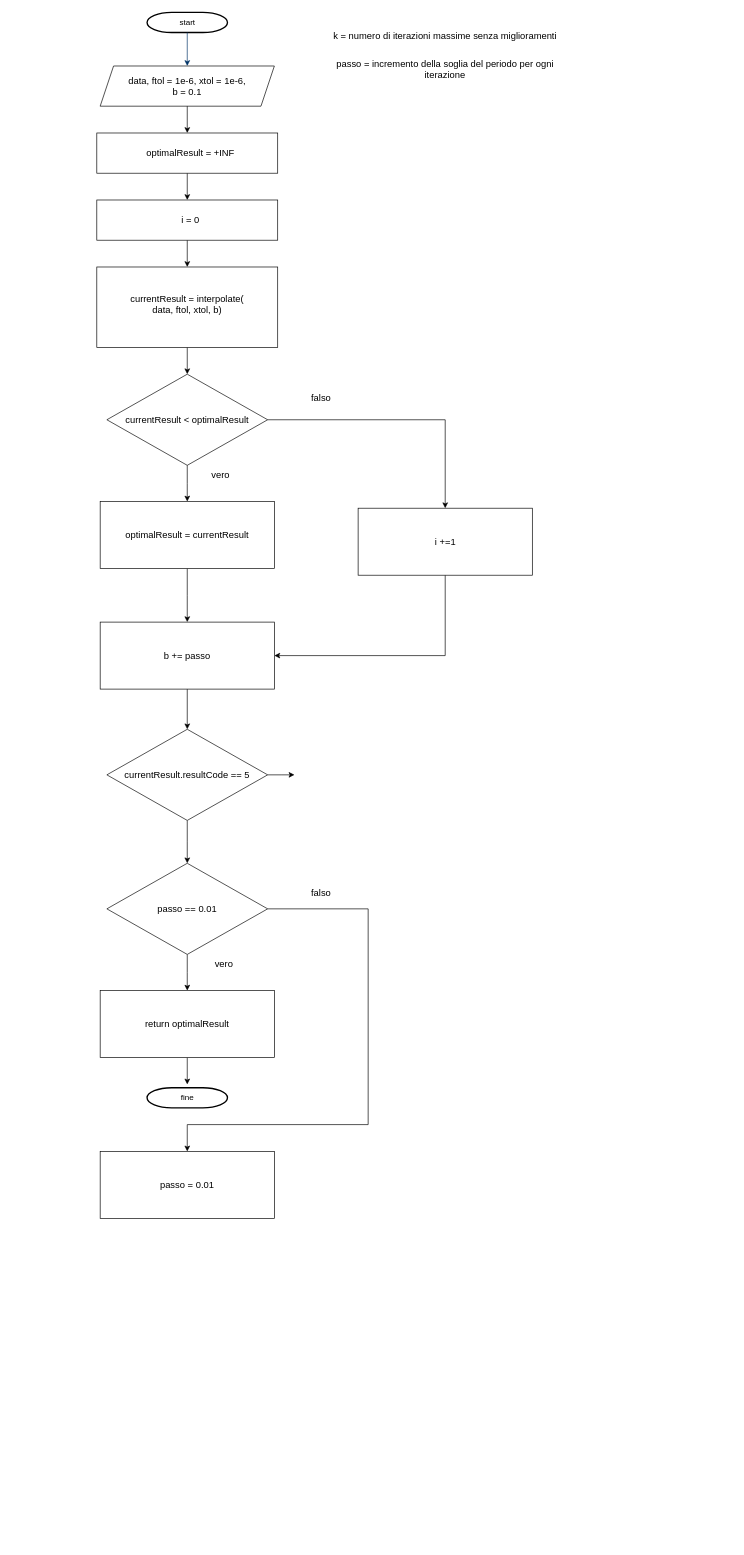
The draw.io diagram IdentificaSatelliti/InterpolateDiagram.drawio in UnJay-0/Tirocinio, before the edit. Source tidied: cells renumbered, new cells numbered last; positions are measured from the earlier drawing's top-left corner, leaving out a move shared by most shapes. Both pictures are drawn from the tidied source at 67%, with x=0, y=0 at pixel (96, 12).
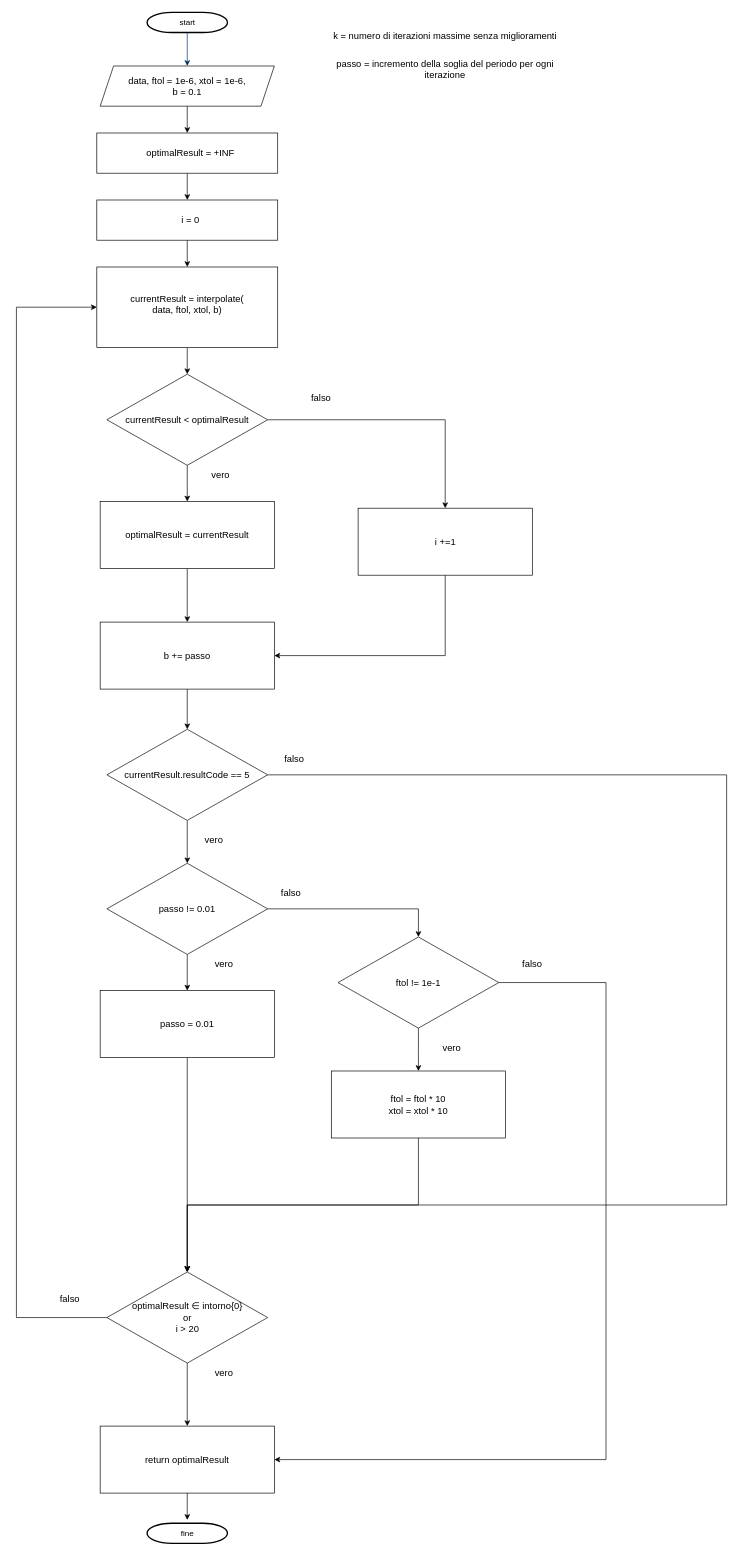
The same diagram, later.

The change refers to these unchanged cells:
```xml
<mxCell id="14" style="rounded=0;whiteSpace=wrap;html=1;fontSize=14;" parent="1" vertex="1">
  <mxGeometry y="380" width="270" height="120" as="geometry" />
</mxCell>
<mxCell id="34" style="rhombus;whiteSpace=wrap;html=1;fontSize=14;" parent="1" vertex="1">
  <mxGeometry x="15" y="1070" width="240" height="136" as="geometry" />
</mxCell>
<mxCell id="41" style="rhombus;whiteSpace=wrap;html=1;fontSize=14;" parent="1" vertex="1">
  <mxGeometry x="15" y="1270" width="240" height="136" as="geometry" />
</mxCell>
```

What changed in the source:
```diff
@@
-    <mxCell id="33" style="edgeStyle=orthogonalEdgeStyle;rounded=0;jettySize=auto;html=1;exitX=1;exitY=0.5;exitDx=0;exitDy=0;fontSize=14;" parent="1" edge="1" source="34">
+    <mxCell id="33" style="edgeStyle=orthogonalEdgeStyle;rounded=0;jettySize=auto;html=1;exitX=1;exitY=0.5;exitDx=0;exitDy=0;fontSize=14;entryX=0.5;entryY=0;entryDx=0;entryDy=0;" parent="1" edge="1" source="34" target="62">
       <mxGeometry relative="1" as="geometry">
-        <mxPoint x="295" y="1138" as="targetPoint" />
+        <Array as="points">
+          <mxPoint x="940" y="1138" />
+          <mxPoint x="940" y="1780" />
+          <mxPoint x="135" y="1780" />
+        </Array>
       </mxGeometry>
     </mxCell>
@@
+    <mxCell id="49" style="edgeStyle=orthogonalEdgeStyle;rounded=0;jettySize=auto;html=1;exitX=0.5;exitY=1;exitDx=0;exitDy=0;entryX=0.5;entryY=0;entryDx=0;entryDy=0;fontSize=14;" parent="1" edge="1" source="36" target="62">
+      <mxGeometry relative="1" as="geometry" />
+    </mxCell>
     <mxCell id="36" style="rounded=0;whiteSpace=wrap;html=1;fontSize=14;" parent="1" vertex="1">
-      <mxGeometry x="5" y="1700" width="260" height="100" as="geometry" />
+      <mxGeometry x="5" y="1460" width="260" height="100" as="geometry" />
     </mxCell>
     <mxCell id="37" value="passo = 0.01" style="text;html=1;strokeColor=none;fillColor=none;align=center;verticalAlign=middle;whiteSpace=wrap;rounded=0;fontSize=14;" parent="1" vertex="1">
-      <mxGeometry x="30" y="1725" width="210" height="50" as="geometry" />
+      <mxGeometry x="30" y="1485" width="210" height="50" as="geometry" />
     </mxCell>
@@
-    <mxCell id="39" style="edgeStyle=orthogonalEdgeStyle;rounded=0;jettySize=auto;html=1;exitX=0.5;exitY=1;exitDx=0;exitDy=0;fontSize=14;" parent="1" edge="1" source="41">
-      <mxGeometry relative="1" as="geometry">
-        <mxPoint x="135" y="1460" as="targetPoint" />
-      </mxGeometry>
+    <mxCell id="39" style="edgeStyle=orthogonalEdgeStyle;rounded=0;jettySize=auto;html=1;exitX=0.5;exitY=1;exitDx=0;exitDy=0;fontSize=14;entryX=0.5;entryY=0;entryDx=0;entryDy=0;" parent="1" edge="1" source="41" target="36">
+      <mxGeometry relative="1" as="geometry" />
     </mxCell>
-    <mxCell id="40" style="edgeStyle=orthogonalEdgeStyle;rounded=0;jettySize=auto;html=1;exitX=1;exitY=0.5;exitDx=0;exitDy=0;fontSize=14;entryX=0.5;entryY=0;entryDx=0;entryDy=0;" parent="1" edge="1" source="41" target="36">
-      <mxGeometry relative="1" as="geometry">
-        <Array as="points">
-          <mxPoint x="405" y="1338" />
-          <mxPoint x="405" y="1660" />
-          <mxPoint x="135" y="1660" />
-        </Array>
-      </mxGeometry>
-    </mxCell>
+    <mxCell id="50" style="edgeStyle=orthogonalEdgeStyle;rounded=0;jettySize=auto;html=1;exitX=1;exitY=0.5;exitDx=0;exitDy=0;entryX=0.5;entryY=0;entryDx=0;entryDy=0;fontSize=14;" parent="1" edge="1" source="41" target="55">
+      <mxGeometry relative="1" as="geometry" />
+    </mxCell>
@@
-    <mxCell id="42" value="passo == 0.01" style="text;html=1;strokeColor=none;fillColor=none;align=center;verticalAlign=middle;whiteSpace=wrap;rounded=0;fontSize=14;" parent="1" vertex="1">
+    <mxCell id="42" value="passo != 0.01" style="text;html=1;strokeColor=none;fillColor=none;align=center;verticalAlign=middle;whiteSpace=wrap;rounded=0;fontSize=14;" parent="1" vertex="1">
       <mxGeometry x="65" y="1310" width="140" height="56" as="geometry" />
     </mxCell>
-    <mxCell id="43" style="edgeStyle=orthogonalEdgeStyle;rounded=0;jettySize=auto;html=1;exitX=0.5;exitY=1;exitDx=0;exitDy=0;fontSize=14;" parent="1" edge="1" source="44">
-      <mxGeometry relative="1" as="geometry">
-        <mxPoint x="135" y="1600" as="targetPoint" />
-      </mxGeometry>
-    </mxCell>
-    <mxCell id="44" style="rounded=0;whiteSpace=wrap;html=1;fontSize=14;" parent="1" vertex="1">
-      <mxGeometry x="5" y="1460" width="260" height="100" as="geometry" />
-    </mxCell>
+    <mxCell id="47" value="vero" style="text;html=1;strokeColor=none;fillColor=none;align=center;verticalAlign=middle;whiteSpace=wrap;rounded=0;fontSize=14;" parent="1" vertex="1">
+      <mxGeometry x="160" y="1406" width="60" height="30" as="geometry" />
+    </mxCell>
+    <mxCell id="48" value="falso" style="text;html=1;strokeColor=none;fillColor=none;align=center;verticalAlign=middle;whiteSpace=wrap;rounded=0;fontSize=14;" parent="1" vertex="1">
+      <mxGeometry x="260" y="1300" width="60" height="30" as="geometry" />
+    </mxCell>
+    <mxCell id="51" value="vero" style="text;html=1;strokeColor=none;fillColor=none;align=center;verticalAlign=middle;whiteSpace=wrap;rounded=0;fontSize=14;" parent="1" vertex="1">
+      <mxGeometry x="145" y="1220" width="60" height="30" as="geometry" />
+    </mxCell>
+    <mxCell id="52" value="falso" style="text;html=1;strokeColor=none;fillColor=none;align=center;verticalAlign=middle;whiteSpace=wrap;rounded=0;fontSize=14;" parent="1" vertex="1">
+      <mxGeometry x="265" y="1100" width="60" height="30" as="geometry" />
+    </mxCell>
+    <mxCell id="53" style="edgeStyle=orthogonalEdgeStyle;rounded=0;jettySize=auto;html=1;exitX=0.5;exitY=1;exitDx=0;exitDy=0;fontSize=14;" parent="1" edge="1" source="55">
+      <mxGeometry relative="1" as="geometry">
+        <mxPoint x="480" y="1580" as="targetPoint" />
+      </mxGeometry>
+    </mxCell>
+    <mxCell id="54" style="edgeStyle=orthogonalEdgeStyle;rounded=0;jettySize=auto;html=1;exitX=1;exitY=0.5;exitDx=0;exitDy=0;fontSize=14;entryX=1;entryY=0.5;entryDx=0;entryDy=0;" parent="1" edge="1" source="55" target="69">
+      <mxGeometry relative="1" as="geometry">
+        <Array as="points">
+          <mxPoint x="760" y="1448" />
+          <mxPoint x="760" y="2160" />
+        </Array>
+      </mxGeometry>
+    </mxCell>
+    <mxCell id="55" style="rhombus;whiteSpace=wrap;html=1;fontSize=14;" parent="1" vertex="1">
+      <mxGeometry x="360" y="1380" width="240" height="136" as="geometry" />
+    </mxCell>
+    <mxCell id="56" value="ftol != 1e-1" style="text;html=1;strokeColor=none;fillColor=none;align=center;verticalAlign=middle;whiteSpace=wrap;rounded=0;fontSize=14;" parent="1" vertex="1">
+      <mxGeometry x="410" y="1420" width="140" height="56" as="geometry" />
+    </mxCell>
+    <mxCell id="57" style="edgeStyle=orthogonalEdgeStyle;rounded=0;jettySize=auto;html=1;exitX=0.5;exitY=1;exitDx=0;exitDy=0;entryX=0.5;entryY=0;entryDx=0;entryDy=0;fontSize=14;" parent="1" edge="1" source="58" target="62">
+      <mxGeometry relative="1" as="geometry" />
+    </mxCell>
+    <mxCell id="58" style="rounded=0;whiteSpace=wrap;html=1;fontSize=14;" parent="1" vertex="1">
+      <mxGeometry x="350" y="1580" width="260" height="100" as="geometry" />
+    </mxCell>
+    <mxCell id="59" value="&lt;div&gt;ftol = ftol * 10&lt;/div&gt;&lt;div&gt;xtol = xtol * 10&lt;br&gt;&lt;/div&gt;" style="text;html=1;strokeColor=none;fillColor=none;align=center;verticalAlign=middle;whiteSpace=wrap;rounded=0;fontSize=14;" parent="1" vertex="1">
+      <mxGeometry x="375" y="1605" width="210" height="50" as="geometry" />
+    </mxCell>
+    <mxCell id="60" style="edgeStyle=orthogonalEdgeStyle;rounded=0;jettySize=auto;html=1;exitX=0.5;exitY=1;exitDx=0;exitDy=0;fontSize=14;" parent="1" edge="1" source="62">
+      <mxGeometry relative="1" as="geometry">
+        <mxPoint x="135" y="2110" as="targetPoint" />
+      </mxGeometry>
+    </mxCell>
+    <mxCell id="61" style="edgeStyle=orthogonalEdgeStyle;rounded=0;jettySize=auto;html=1;exitX=0;exitY=0.5;exitDx=0;exitDy=0;fontSize=14;entryX=0;entryY=0.5;entryDx=0;entryDy=0;" parent="1" edge="1" source="62" target="14">
+      <mxGeometry relative="1" as="geometry">
+        <Array as="points">
+          <mxPoint x="-120" y="1948" />
+          <mxPoint x="-120" y="440" />
+        </Array>
+      </mxGeometry>
+    </mxCell>
+    <mxCell id="62" style="rhombus;whiteSpace=wrap;html=1;fontSize=14;" parent="1" vertex="1">
+      <mxGeometry x="15" y="1880" width="240" height="136" as="geometry" />
+    </mxCell>
+    <mxCell id="63" value="&lt;div&gt;optimalResult &lt;span class=&quot;ILfuVd&quot;&gt;&lt;span class=&quot;hgKElc&quot;&gt;∈ intorno{0}&lt;/span&gt;&lt;/span&gt;&lt;/div&gt;&lt;div&gt;&lt;span class=&quot;ILfuVd&quot;&gt;&lt;span class=&quot;hgKElc&quot;&gt;or&lt;/span&gt;&lt;/span&gt;&lt;/div&gt;&lt;div&gt;&lt;span class=&quot;ILfuVd&quot;&gt;&lt;span class=&quot;hgKElc&quot;&gt;i &amp;gt; 20&lt;br&gt;&lt;/span&gt;&lt;/span&gt;&lt;/div&gt;&lt;div&gt;&lt;span class=&quot;ILfuVd&quot;&gt;&lt;span class=&quot;hgKElc&quot;&gt;&lt;/span&gt;&lt;/span&gt;&lt;/div&gt;" style="text;html=1;strokeColor=none;fillColor=none;align=center;verticalAlign=middle;whiteSpace=wrap;rounded=0;fontSize=14;" parent="1" vertex="1">
+      <mxGeometry x="32.5" y="1906" width="205" height="84" as="geometry" />
+    </mxCell>
+    <mxCell id="64" value="vero" style="text;html=1;strokeColor=none;fillColor=none;align=center;verticalAlign=middle;whiteSpace=wrap;rounded=0;fontSize=14;" parent="1" vertex="1">
+      <mxGeometry x="500" y="1530" width="60" height="30" as="geometry" />
+    </mxCell>
+    <mxCell id="65" value="falso" style="text;html=1;strokeColor=none;fillColor=none;align=center;verticalAlign=middle;whiteSpace=wrap;rounded=0;fontSize=14;" parent="1" vertex="1">
+      <mxGeometry x="620" y="1406" width="60" height="30" as="geometry" />
+    </mxCell>
+    <mxCell id="66" value="vero" style="text;html=1;strokeColor=none;fillColor=none;align=center;verticalAlign=middle;whiteSpace=wrap;rounded=0;fontSize=14;" parent="1" vertex="1">
+      <mxGeometry x="160" y="2016" width="60" height="30" as="geometry" />
+    </mxCell>
+    <mxCell id="67" value="falso" style="text;html=1;strokeColor=none;fillColor=none;align=center;verticalAlign=middle;whiteSpace=wrap;rounded=0;fontSize=14;" parent="1" vertex="1">
+      <mxGeometry x="-70" y="1906" width="60" height="30" as="geometry" />
+    </mxCell>
+    <mxCell id="68" style="edgeStyle=orthogonalEdgeStyle;rounded=0;jettySize=auto;html=1;exitX=0.5;exitY=1;exitDx=0;exitDy=0;fontSize=14;" parent="1" edge="1" source="69">
+      <mxGeometry relative="1" as="geometry">
+        <mxPoint x="135" y="2250" as="targetPoint" />
+      </mxGeometry>
+    </mxCell>
+    <mxCell id="69" style="rounded=0;whiteSpace=wrap;html=1;fontSize=14;" parent="1" vertex="1">
+      <mxGeometry x="5" y="2110" width="260" height="100" as="geometry" />
+    </mxCell>
     <mxCell id="45" value="return optimalResult" style="text;html=1;strokeColor=none;fillColor=none;align=center;verticalAlign=middle;whiteSpace=wrap;rounded=0;fontSize=14;" parent="1" vertex="1">
-      <mxGeometry x="30" y="1485" width="210" height="50" as="geometry" />
+      <mxGeometry x="30" y="2135" width="210" height="50" as="geometry" />
     </mxCell>
     <mxCell id="46" value="fine" style="shape=mxgraph.flowchart.terminator;strokeWidth=2;gradientColor=none;gradientDirection=north;fontStyle=0;html=1;" parent="1" vertex="1">
-      <mxGeometry x="75" y="1605" width="120" height="30" as="geometry" />
+      <mxGeometry x="75" y="2255" width="120" height="30" as="geometry" />
     </mxCell>
-    <mxCell id="47" value="vero" style="text;html=1;strokeColor=none;fillColor=none;align=center;verticalAlign=middle;whiteSpace=wrap;rounded=0;fontSize=14;" parent="1" vertex="1">
-      <mxGeometry x="160" y="1406" width="60" height="30" as="geometry" />
-    </mxCell>
-    <mxCell id="48" value="falso" style="text;html=1;strokeColor=none;fillColor=none;align=center;verticalAlign=middle;whiteSpace=wrap;rounded=0;fontSize=14;" parent="1" vertex="1">
-      <mxGeometry x="305" y="1300" width="60" height="30" as="geometry" />
-    </mxCell>
```
